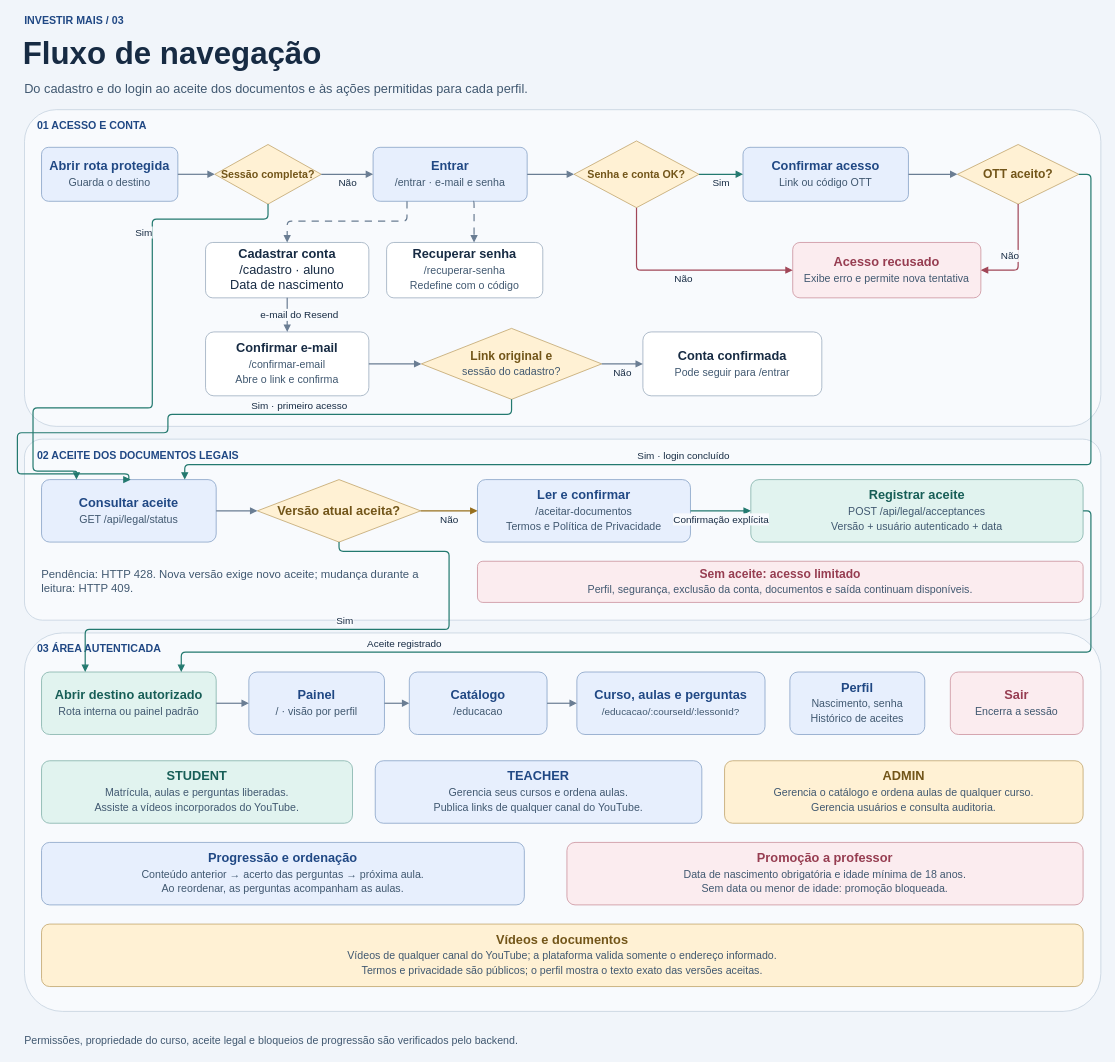
Above: page "03 · Fluxo de navegação" (3 of 5) of docs/diagramas/investir-mais.drawio in GabrielYYM/INVESTIR-MAIS (draw.io), before the change. Source tidied: cells renumbered, new cells numbered last; positions are measured from the earlier drawing's top-left corner, leaving out a move shared by most shapes. Both pictures are drawn from the tidied source at 71%, with x=0, y=0 at pixel (17, 12).
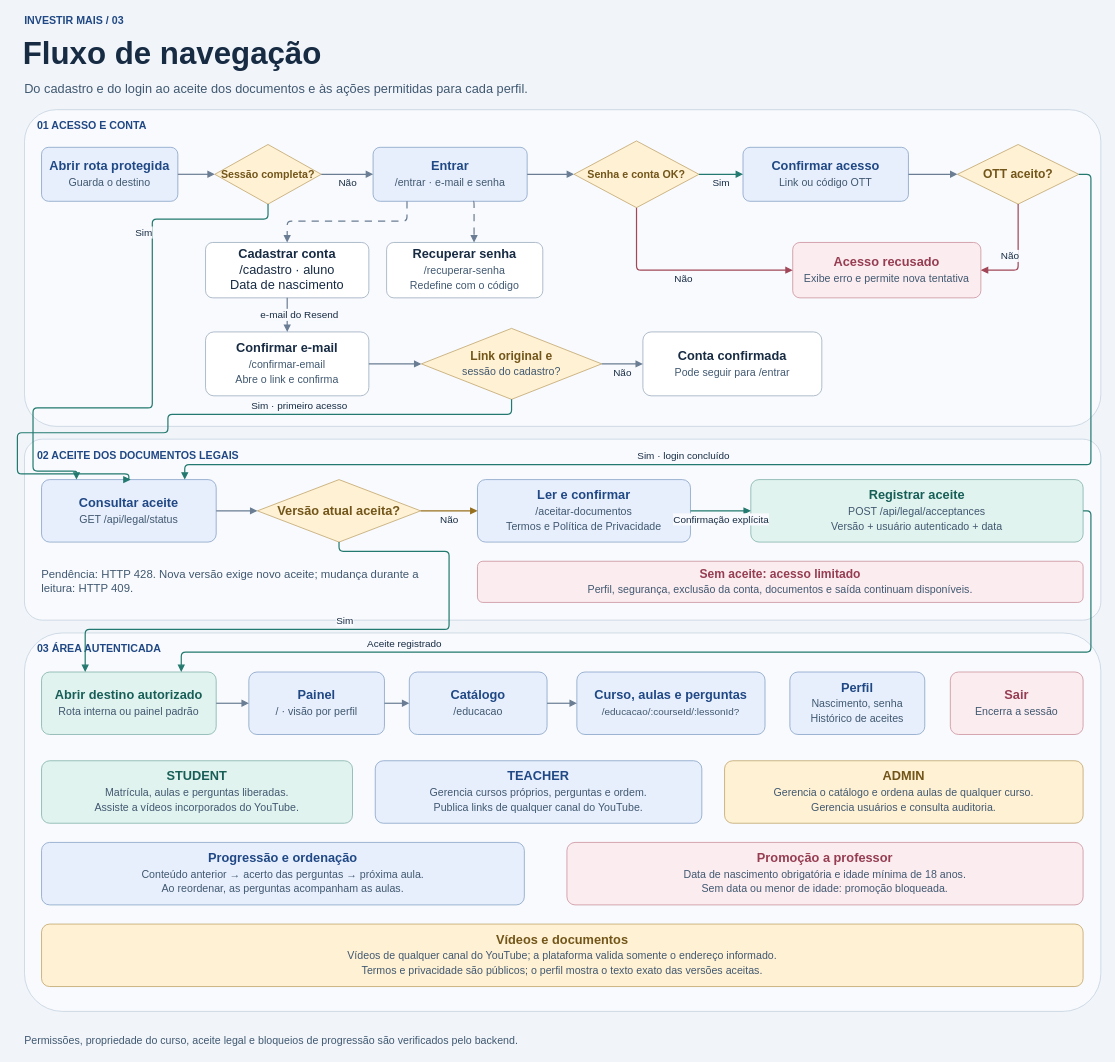
Above is the later version.

The edit, as a diff of the source:
```diff
@@
-    <mxCell id="36" value="&lt;b style=&quot;font-size:18px;color:#204884&quot;&gt;TEACHER&lt;/b&gt;&lt;br&gt;&lt;span style=&quot;font-size:15px;color:#405870;line-height:1.35&quot;&gt;Gerencia seus cursos e ordena aulas.&lt;br&gt;Publica links de qualquer canal do YouTube.&lt;/span&gt;" style="html=1;whiteSpace=wrap;rounded=1;arcSize=13;fillColor=#E7EFFD;strokeColor=#7B98BF;align=center;verticalAlign=middle;fontColor=#172B43;fontSize=18;spacing=5;" parent="1" vertex="1">
+    <mxCell id="36" value="&lt;b style=&quot;font-size:18px;color:#204884&quot;&gt;TEACHER&lt;/b&gt;&lt;br&gt;&lt;span style=&quot;font-size:15px;color:#405870;line-height:1.35&quot;&gt;Gerencia cursos próprios, perguntas e ordem.&lt;br&gt;Publica links de qualquer canal do YouTube.&lt;/span&gt;" style="html=1;whiteSpace=wrap;rounded=1;arcSize=13;fillColor=#E7EFFD;strokeColor=#7B98BF;align=center;verticalAlign=middle;fontColor=#172B43;fontSize=18;spacing=5;" parent="1" vertex="1">
       <mxGeometry x="504" y="1054" width="460" height="88" as="geometry" />
     </mxCell>
```
